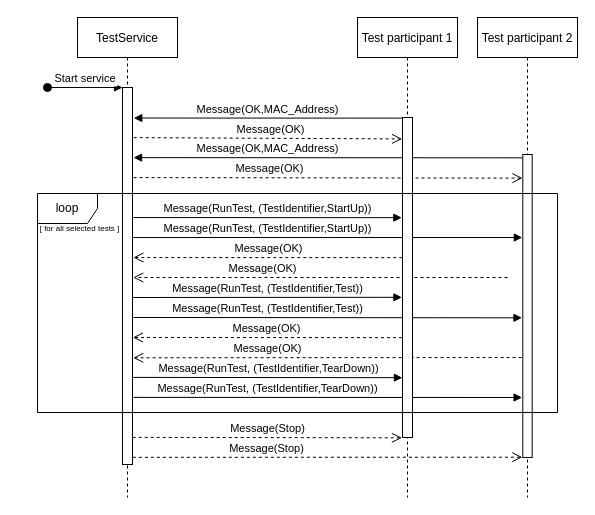
This is assets/img/src/sequencediagram.drawio from wheeeper/bachelors-thesis, a draw.io file, before an edit. Source tidied: cells renumbered, new cells numbered last; positions are measured from the earlier drawing's top-left corner, leaving out a move shared by most shapes. Both pictures are drawn from the tidied source at 100%, with x=0, y=0 at pixel (29, 17).
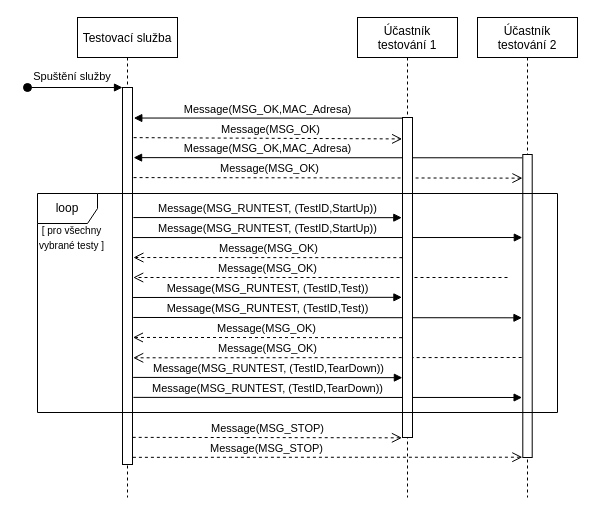
Above is the later version.

Unchanged cells that the change refers to:
```xml
<mxCell id="13" style="points=[];perimeter=orthogonalPerimeter;rounded=0;shadow=0;strokeWidth=1;" parent="12" vertex="1">
  <mxGeometry x="45" y="70" width="10" height="377" as="geometry" />
</mxCell>
<mxCell id="16" style="points=[];perimeter=orthogonalPerimeter;rounded=0;shadow=0;strokeWidth=1;" parent="15" vertex="1">
  <mxGeometry x="45" y="100" width="10" height="320" as="geometry" />
</mxCell>
<mxCell id="18" style="points=[];perimeter=orthogonalPerimeter;rounded=0;shadow=0;strokeWidth=1;" parent="17" vertex="1">
  <mxGeometry x="45.3" y="137" width="9.4" height="303" as="geometry" />
</mxCell>
```

What changed in the source:
```diff
@@
-    <mxCell id="2" value="Message(RunTest, (TestIdentifier,Test))" style="html=1;verticalAlign=bottom;endArrow=block;exitX=1.079;exitY=0.61;exitDx=0;exitDy=0;exitPerimeter=0;entryX=-0.088;entryY=0.539;entryDx=0;entryDy=0;entryPerimeter=0;" parent="1" edge="1" source="13" target="18">
+    <mxCell id="2" value="Message(MSG_RUNTEST, (TestID,Test))" style="html=1;verticalAlign=bottom;endArrow=block;exitX=1.079;exitY=0.61;exitDx=0;exitDy=0;exitPerimeter=0;entryX=-0.088;entryY=0.539;entryDx=0;entryDy=0;entryPerimeter=0;" parent="1" edge="1" source="13" target="18">
       <mxGeometry x="-0.31" relative="1" as="geometry" />
     </mxCell>
-    <mxCell id="3" value="Message(OK,MAC_Address)" style="html=1;verticalAlign=bottom;endArrow=block;exitX=-0.055;exitY=0.011;exitDx=0;exitDy=0;exitPerimeter=0;entryX=1.107;entryY=0.186;entryDx=0;entryDy=0;entryPerimeter=0;" parent="1" edge="1" source="18" target="13">
+    <mxCell id="3" value="Message(MSG_OK,MAC_Adresa)" style="html=1;verticalAlign=bottom;endArrow=block;exitX=-0.055;exitY=0.011;exitDx=0;exitDy=0;exitPerimeter=0;entryX=1.107;entryY=0.186;entryDx=0;entryDy=0;entryPerimeter=0;" parent="1" edge="1" source="18" target="13">
       <mxGeometry x="0.31" relative="1" as="geometry" />
     </mxCell>
-    <mxCell id="4" value="Message(OK)" style="html=1;verticalAlign=bottom;endArrow=open;dashed=1;endSize=8;entryX=-0.035;entryY=0.078;entryDx=0;entryDy=0;entryPerimeter=0;exitX=1.107;exitY=0.239;exitDx=0;exitDy=0;exitPerimeter=0;" parent="1" edge="1" source="13" target="18">
+    <mxCell id="4" value="Message(MSG_OK)" style="html=1;verticalAlign=bottom;endArrow=open;dashed=1;endSize=8;entryX=-0.035;entryY=0.078;entryDx=0;entryDy=0;entryPerimeter=0;exitX=1.107;exitY=0.239;exitDx=0;exitDy=0;exitPerimeter=0;" parent="1" edge="1" source="13" target="18">
       <mxGeometry x="-0.3" relative="1" as="geometry" />
     </mxCell>
-    <mxCell id="5" value="Message(Stop)" style="html=1;verticalAlign=bottom;endArrow=open;dashed=1;endSize=8;exitX=1.042;exitY=0.981;exitDx=0;exitDy=0;exitPerimeter=0;entryX=-0.049;entryY=0.999;entryDx=0;entryDy=0;entryPerimeter=0;" parent="1" edge="1" source="13" target="18">
+    <mxCell id="5" value="Message(MSG_STOP)" style="html=1;verticalAlign=bottom;endArrow=open;dashed=1;endSize=8;exitX=1.042;exitY=0.981;exitDx=0;exitDy=0;exitPerimeter=0;entryX=-0.049;entryY=0.999;entryDx=0;entryDy=0;entryPerimeter=0;" parent="1" edge="1" source="13" target="18">
       <mxGeometry x="-0.31" relative="1" as="geometry" />
     </mxCell>
-    <mxCell id="6" value="Message(RunTest, (TestIdentifier,TearDown))" style="html=1;verticalAlign=bottom;endArrow=block;exitX=1.088;exitY=0.822;exitDx=0;exitDy=0;exitPerimeter=0;entryX=-0.076;entryY=0.802;entryDx=0;entryDy=0;entryPerimeter=0;" parent="1" edge="1" source="13" target="18">
+    <mxCell id="6" value="Message(MSG_RUNTEST, (TestID,TearDown))" style="html=1;verticalAlign=bottom;endArrow=block;exitX=1.088;exitY=0.822;exitDx=0;exitDy=0;exitPerimeter=0;entryX=-0.076;entryY=0.802;entryDx=0;entryDy=0;entryPerimeter=0;" parent="1" edge="1" source="13" target="18">
       <mxGeometry x="-0.31" relative="1" as="geometry" />
     </mxCell>
-    <mxCell id="7" value="Message(OK)" style="html=1;verticalAlign=bottom;endArrow=open;dashed=1;endSize=8;entryX=1.07;entryY=0.717;entryDx=0;entryDy=0;entryPerimeter=0;exitX=-0.123;exitY=0.67;exitDx=0;exitDy=0;exitPerimeter=0;" parent="1" edge="1" source="18" target="13">
+    <mxCell id="7" value="Message(MSG_OK)" style="html=1;verticalAlign=bottom;endArrow=open;dashed=1;endSize=8;entryX=1.07;entryY=0.717;entryDx=0;entryDy=0;entryPerimeter=0;exitX=-0.123;exitY=0.67;exitDx=0;exitDy=0;exitPerimeter=0;" parent="1" edge="1" source="18" target="13">
       <mxGeometry x="0.31" relative="1" as="geometry" />
     </mxCell>
-    <mxCell id="8" value="Message(OK)" style="html=1;verticalAlign=bottom;endArrow=open;dashed=1;endSize=8;entryX=1.07;entryY=0.504;entryDx=0;entryDy=0;entryPerimeter=0;" parent="1" edge="1" target="13">
-      <mxGeometry x="0.31" relative="1" as="geometry">
+    <mxCell id="8" value="Message(MSG_OK)" style="html=1;verticalAlign=bottom;endArrow=open;dashed=1;endSize=8;entryX=1.07;entryY=0.504;entryDx=0;entryDy=0;entryPerimeter=0;" parent="1" edge="1" target="13">
+      <mxGeometry x="0.28" relative="1" as="geometry">
         <mxPoint x="478" y="260" as="sourcePoint" />
       </mxGeometry>
     </mxCell>
-    <mxCell id="9" value="Message(RunTest, (TestIdentifier,StartUp))" style="html=1;verticalAlign=bottom;endArrow=block;exitX=1.06;exitY=0.398;exitDx=0;exitDy=0;exitPerimeter=0;entryX=-0.052;entryY=0.274;entryDx=0;entryDy=0;entryPerimeter=0;" parent="1" edge="1" source="13" target="18">
+    <mxCell id="9" value="Message(MSG_RUNTEST, (TestID,StartUp))" style="html=1;verticalAlign=bottom;endArrow=block;exitX=1.06;exitY=0.398;exitDx=0;exitDy=0;exitPerimeter=0;entryX=-0.052;entryY=0.274;entryDx=0;entryDy=0;entryPerimeter=0;" parent="1" edge="1" source="13" target="18">
       <mxGeometry x="-0.31" relative="1" as="geometry" />
     </mxCell>
-    <mxCell id="10" value="Message(OK)" style="html=1;verticalAlign=bottom;endArrow=open;dashed=1;endSize=8;entryX=-0.036;entryY=0.067;entryDx=0;entryDy=0;entryPerimeter=0;exitX=1.118;exitY=0.133;exitDx=0;exitDy=0;exitPerimeter=0;" parent="1" edge="1" source="13" target="16">
+    <mxCell id="10" value="Message(MSG_OK)" style="html=1;verticalAlign=bottom;endArrow=open;dashed=1;endSize=8;entryX=-0.036;entryY=0.067;entryDx=0;entryDy=0;entryPerimeter=0;exitX=1.118;exitY=0.133;exitDx=0;exitDy=0;exitPerimeter=0;" parent="1" edge="1" source="13" target="16">
       <mxGeometry x="0.02" relative="1" as="geometry" />
     </mxCell>
-    <mxCell id="11" value="Message(OK,MAC_Address)" style="html=1;verticalAlign=bottom;endArrow=block;exitX=0.5;exitY=0.002;exitDx=0;exitDy=0;exitPerimeter=0;entryX=1.13;entryY=0.081;entryDx=0;entryDy=0;entryPerimeter=0;" parent="1" edge="1" source="16" target="13">
+    <mxCell id="11" value="Message(MSG_OK,MAC_Adresa)" style="html=1;verticalAlign=bottom;endArrow=block;exitX=0.5;exitY=0.002;exitDx=0;exitDy=0;exitPerimeter=0;entryX=1.13;entryY=0.081;entryDx=0;entryDy=0;entryPerimeter=0;" parent="1" edge="1" source="16" target="13">
       <mxGeometry x="0.02" relative="1" as="geometry" />
     </mxCell>
-    <mxCell id="12" value="TestService" style="shape=umlLifeline;perimeter=lifelinePerimeter;rounded=0;shadow=0;strokeWidth=1;" parent="1" vertex="1">
+    <mxCell id="12" value="Testovací služba" style="shape=umlLifeline;perimeter=lifelinePerimeter;rounded=0;shadow=0;strokeWidth=1;" parent="1" vertex="1">
       <mxGeometry x="48" width="100" height="480" as="geometry" />
     </mxCell>
@@
-    <mxCell id="14" value="Start service" style="verticalAlign=bottom;startArrow=oval;endArrow=block;startSize=8;shadow=0;strokeWidth=1;" parent="12" edge="1" target="13">
-      <mxGeometry relative="1" as="geometry">
-        <mxPoint x="-30" y="70" as="sourcePoint" />
+    <mxCell id="14" value="Spuštění služby" style="verticalAlign=bottom;startArrow=oval;endArrow=block;startSize=8;shadow=0;strokeWidth=1;" parent="12" edge="1" target="13">
+      <mxGeometry x="-0.05" y="2" relative="1" as="geometry">
+        <mxPoint x="-50" y="70" as="sourcePoint" />
       </mxGeometry>
     </mxCell>
-    <mxCell id="15" value="Test participant 1" style="shape=umlLifeline;perimeter=lifelinePerimeter;rounded=0;shadow=0;strokeWidth=1;" parent="1" vertex="1">
+    <mxCell id="15" value="Účastník &#10;testování 1" style="shape=umlLifeline;perimeter=lifelinePerimeter;rounded=0;shadow=0;strokeWidth=1;" parent="1" vertex="1">
       <mxGeometry x="328" width="100" height="480" as="geometry" />
     </mxCell>
@@
-    <mxCell id="17" value="Test participant 2" style="shape=umlLifeline;perimeter=lifelinePerimeter;rounded=0;shadow=0;strokeWidth=1;" parent="1" vertex="1">
+    <mxCell id="17" value="Účastník &#10;testování 2" style="shape=umlLifeline;perimeter=lifelinePerimeter;rounded=0;shadow=0;strokeWidth=1;" parent="1" vertex="1">
       <mxGeometry x="448" width="100" height="480" as="geometry" />
     </mxCell>
@@
-    <mxCell id="19" value="Message(RunTest, (TestIdentifier,StartUp))" style="html=1;verticalAlign=bottom;endArrow=block;exitX=1.088;exitY=0.345;exitDx=0;exitDy=0;exitPerimeter=0;entryX=-0.067;entryY=0.313;entryDx=0;entryDy=0;entryPerimeter=0;" parent="1" edge="1" source="13" target="16">
+    <mxCell id="19" value="Message(MSG_RUNTEST, (TestID,StartUp))" style="html=1;verticalAlign=bottom;endArrow=block;exitX=1.088;exitY=0.345;exitDx=0;exitDy=0;exitPerimeter=0;entryX=-0.067;entryY=0.313;entryDx=0;entryDy=0;entryPerimeter=0;" parent="1" edge="1" source="13" target="16">
       <mxGeometry relative="1" as="geometry" />
     </mxCell>
-    <mxCell id="20" value="Message(OK)" style="html=1;verticalAlign=bottom;endArrow=open;dashed=1;endSize=8;entryX=1.088;entryY=0.451;entryDx=0;entryDy=0;entryPerimeter=0;exitX=-0.02;exitY=0.438;exitDx=0;exitDy=0;exitPerimeter=0;" parent="1" edge="1" source="16" target="13">
+    <mxCell id="20" value="Message(MSG_OK)" style="html=1;verticalAlign=bottom;endArrow=open;dashed=1;endSize=8;entryX=1.088;entryY=0.451;entryDx=0;entryDy=0;entryPerimeter=0;exitX=-0.02;exitY=0.438;exitDx=0;exitDy=0;exitPerimeter=0;" parent="1" edge="1" source="16" target="13">
       <mxGeometry relative="1" as="geometry" />
     </mxCell>
-    <mxCell id="21" value="Message(RunTest, (TestIdentifier,Test))" style="html=1;verticalAlign=bottom;endArrow=block;exitX=1.06;exitY=0.557;exitDx=0;exitDy=0;exitPerimeter=0;entryX=-0.059;entryY=0.562;entryDx=0;entryDy=0;entryPerimeter=0;" parent="1" edge="1" source="13" target="16">
+    <mxCell id="21" value="Message(MSG_RUNTEST, (TestID,Test))" style="html=1;verticalAlign=bottom;endArrow=block;exitX=1.06;exitY=0.557;exitDx=0;exitDy=0;exitPerimeter=0;entryX=-0.059;entryY=0.562;entryDx=0;entryDy=0;entryPerimeter=0;" parent="1" edge="1" source="13" target="16">
       <mxGeometry relative="1" as="geometry" />
     </mxCell>
-    <mxCell id="22" value="Message(OK)" style="html=1;verticalAlign=bottom;endArrow=open;dashed=1;endSize=8;entryX=1.042;entryY=0.663;entryDx=0;entryDy=0;entryPerimeter=0;exitX=-0.051;exitY=0.688;exitDx=0;exitDy=0;exitPerimeter=0;" parent="1" edge="1" source="16" target="13">
+    <mxCell id="22" value="Message(MSG_OK)" style="html=1;verticalAlign=bottom;endArrow=open;dashed=1;endSize=8;entryX=1.042;entryY=0.663;entryDx=0;entryDy=0;entryPerimeter=0;exitX=-0.051;exitY=0.688;exitDx=0;exitDy=0;exitPerimeter=0;" parent="1" edge="1" source="16" target="13">
       <mxGeometry relative="1" as="geometry" />
     </mxCell>
-    <mxCell id="23" value="Message(RunTest, (TestIdentifier,TearDown))" style="html=1;verticalAlign=bottom;endArrow=block;exitX=1.07;exitY=0.769;exitDx=0;exitDy=0;exitPerimeter=0;entryX=-0.012;entryY=0.813;entryDx=0;entryDy=0;entryPerimeter=0;" parent="1" edge="1" source="13" target="16">
+    <mxCell id="23" value="Message(MSG_RUNTEST, (TestID,TearDown))" style="html=1;verticalAlign=bottom;endArrow=block;exitX=1.07;exitY=0.769;exitDx=0;exitDy=0;exitPerimeter=0;entryX=-0.012;entryY=0.813;entryDx=0;entryDy=0;entryPerimeter=0;" parent="1" edge="1" source="13" target="16">
       <mxGeometry relative="1" as="geometry" />
     </mxCell>
-    <mxCell id="24" value="Message(Stop)" style="html=1;verticalAlign=bottom;endArrow=open;dashed=1;endSize=8;exitX=1.023;exitY=0.928;exitDx=0;exitDy=0;exitPerimeter=0;entryX=-0.055;entryY=1.001;entryDx=0;entryDy=0;entryPerimeter=0;" parent="1" edge="1" source="13" target="16">
+    <mxCell id="24" value="Message(MSG_STOP)" style="html=1;verticalAlign=bottom;endArrow=open;dashed=1;endSize=8;exitX=1.023;exitY=0.928;exitDx=0;exitDy=0;exitPerimeter=0;entryX=-0.055;entryY=1.001;entryDx=0;entryDy=0;entryPerimeter=0;" parent="1" edge="1" source="13" target="16">
       <mxGeometry relative="1" as="geometry" />
     </mxCell>
-    <mxCell id="25" value="&lt;font style=&quot;font-size: 8px&quot;&gt;[ for all selected tests&amp;nbsp;]&lt;/font&gt;" style="text;html=1;align=center;verticalAlign=middle;" parent="1" vertex="1">
-      <mxGeometry y="200" width="100" height="20" as="geometry" />
+    <mxCell id="25" value="&lt;font style=&quot;font-size: 10px&quot;&gt;[ pro všechny &lt;br&gt;vybrané testy ]&lt;/font&gt;" style="text;html=1;align=center;verticalAlign=middle;" parent="1" vertex="1">
+      <mxGeometry x="2" y="200" width="80" height="40" as="geometry" />
     </mxCell>
```
